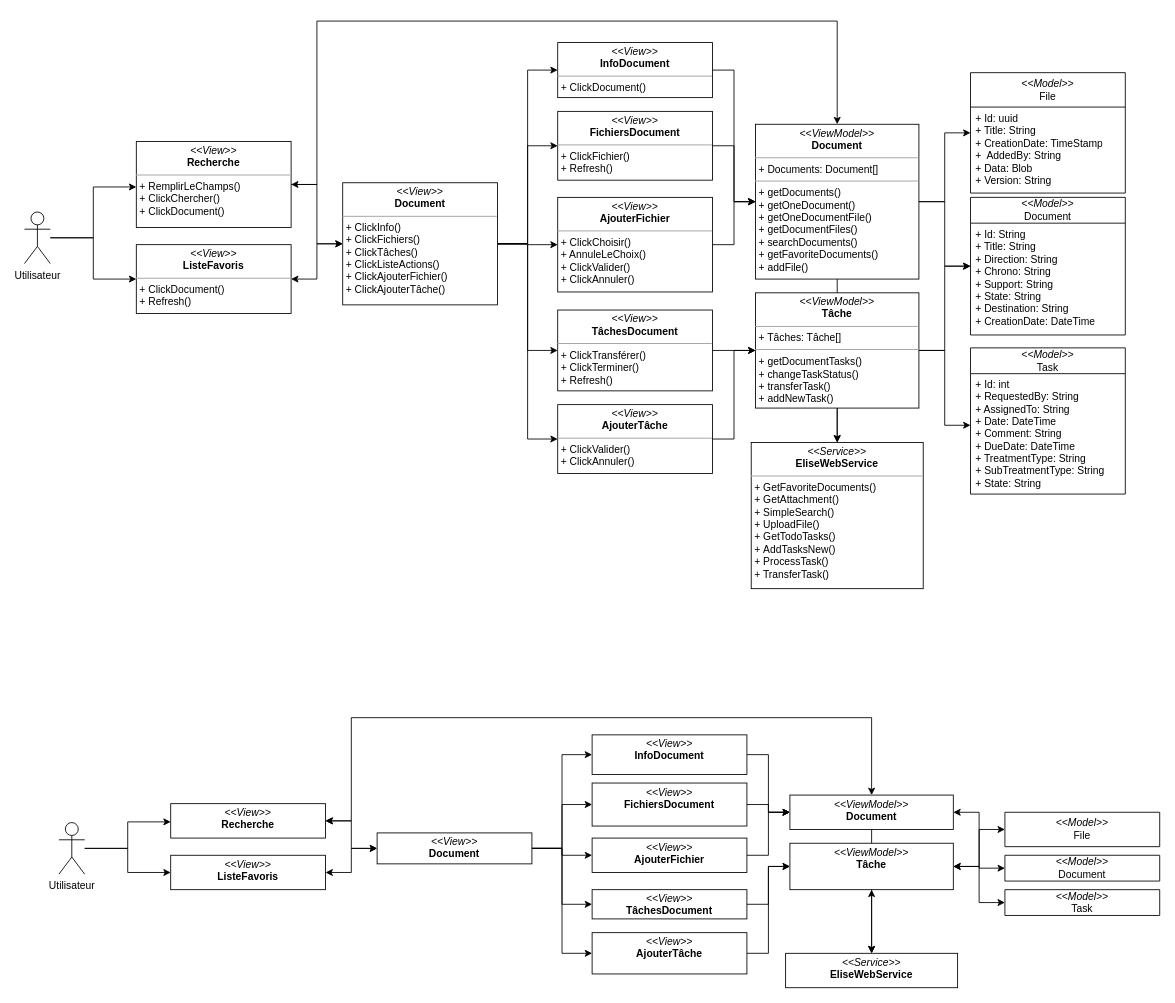
The draw.io diagram dcpSprint3.drawio in PFE-Neoledge-2023/rapport, before the edit. Source tidied: cells renumbered, new cells numbered last; positions are measured from the earlier drawing's top-left corner, leaving out a move shared by most shapes. Both pictures are drawn from the tidied source at 86%, with x=0, y=0 at pixel (24, 21).
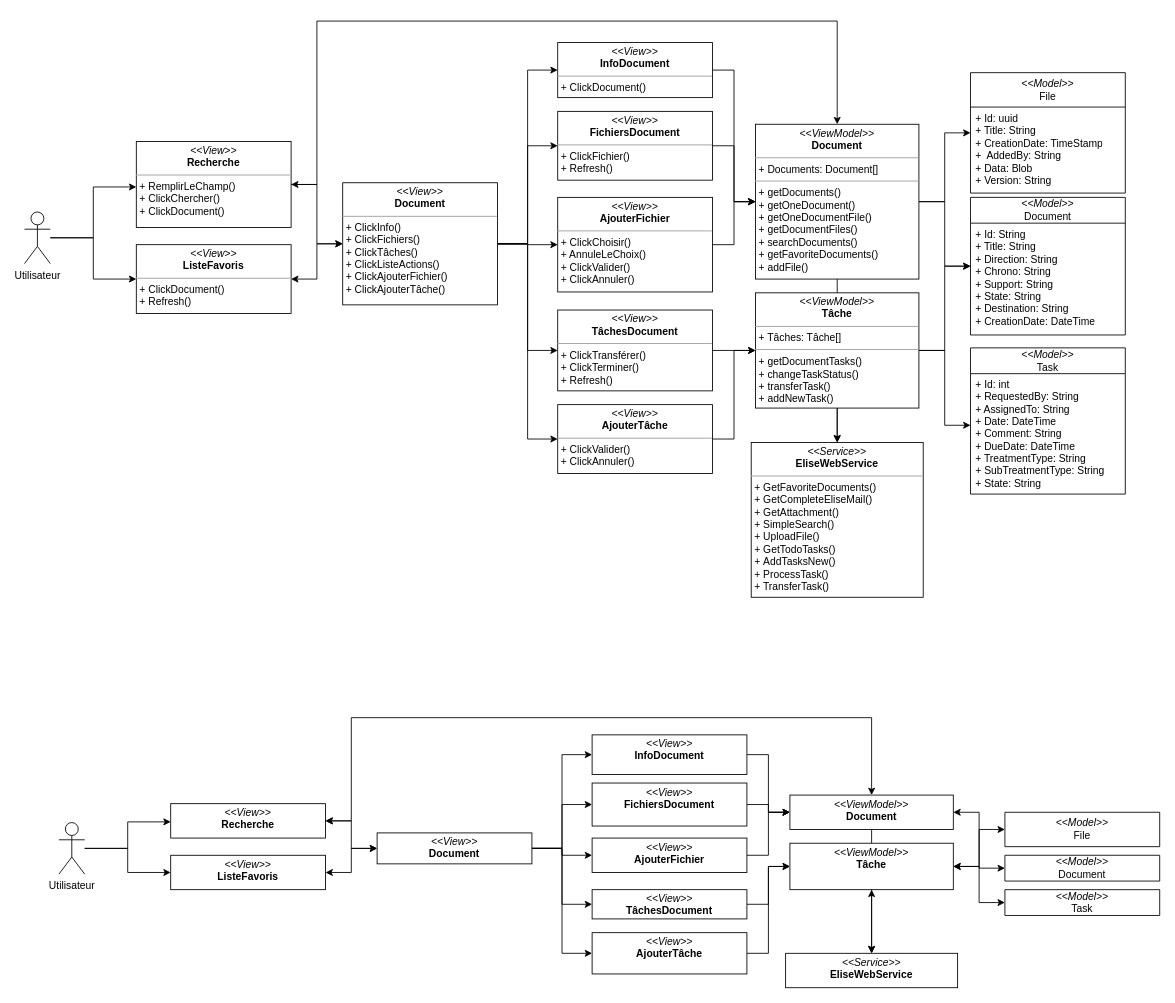
The same diagram, later.

The edit, as a diff of the source:
```diff
@@
-    <mxCell id="9" value="&lt;p style=&quot;margin:0px;margin-top:4px;text-align:center;&quot;&gt;&lt;i&gt;&amp;lt;&amp;lt;View&amp;gt;&amp;gt;&lt;/i&gt;&lt;br&gt;&lt;b&gt;Recherche&lt;/b&gt;&lt;/p&gt;&lt;hr style=&quot;border-color: var(--border-color);&quot; size=&quot;1&quot;&gt;&lt;p style=&quot;border-color: var(--border-color); margin: 0px 0px 0px 4px;&quot;&gt;+ RemplirLeChamps()&lt;/p&gt;&lt;p style=&quot;border-color: var(--border-color); margin: 0px 0px 0px 4px;&quot;&gt;+ ClickChercher()&lt;/p&gt;&lt;p style=&quot;border-color: var(--border-color); margin: 0px 0px 0px 4px;&quot;&gt;+ ClickDocument()&lt;/p&gt;" style="verticalAlign=top;align=left;overflow=fill;fontSize=12;fontFamily=Helvetica;html=1;whiteSpace=wrap;" parent="1" vertex="1">
+    <mxCell id="9" value="&lt;p style=&quot;margin:0px;margin-top:4px;text-align:center;&quot;&gt;&lt;i&gt;&amp;lt;&amp;lt;View&amp;gt;&amp;gt;&lt;/i&gt;&lt;br&gt;&lt;b&gt;Recherche&lt;/b&gt;&lt;/p&gt;&lt;hr style=&quot;border-color: var(--border-color);&quot; size=&quot;1&quot;&gt;&lt;p style=&quot;border-color: var(--border-color); margin: 0px 0px 0px 4px;&quot;&gt;+ RemplirLeChamp()&lt;/p&gt;&lt;p style=&quot;border-color: var(--border-color); margin: 0px 0px 0px 4px;&quot;&gt;+ ClickChercher()&lt;/p&gt;&lt;p style=&quot;border-color: var(--border-color); margin: 0px 0px 0px 4px;&quot;&gt;+ ClickDocument()&lt;/p&gt;" style="verticalAlign=top;align=left;overflow=fill;fontSize=12;fontFamily=Helvetica;html=1;whiteSpace=wrap;" parent="1" vertex="1">
       <mxGeometry x="130" y="140" width="180" height="100" as="geometry" />
     </mxCell>
@@
-    <mxCell id="40" value="&lt;p style=&quot;margin:0px;margin-top:4px;text-align:center;&quot;&gt;&lt;i&gt;&amp;lt;&amp;lt;Service&amp;gt;&amp;gt;&lt;/i&gt;&lt;br&gt;&lt;b&gt;EliseWebService&lt;/b&gt;&lt;/p&gt;&lt;hr size=&quot;1&quot;&gt;&lt;p style=&quot;margin:0px;margin-left:4px;&quot;&gt;&lt;/p&gt;&lt;p style=&quot;margin:0px;margin-left:4px;&quot;&gt;+ GetFavoriteDocuments()&lt;/p&gt;&lt;p style=&quot;margin:0px;margin-left:4px;&quot;&gt;+ GetAttachment()&lt;/p&gt;&lt;p style=&quot;margin:0px;margin-left:4px;&quot;&gt;+ SimpleSearch()&lt;/p&gt;&lt;p style=&quot;margin:0px;margin-left:4px;&quot;&gt;+ UploadFile()&lt;/p&gt;&lt;p style=&quot;margin:0px;margin-left:4px;&quot;&gt;+ GetTodoTasks()&lt;/p&gt;&lt;p style=&quot;margin:0px;margin-left:4px;&quot;&gt;+&amp;nbsp;AddTasksNew()&lt;/p&gt;&lt;p style=&quot;margin:0px;margin-left:4px;&quot;&gt;+ ProcessTask()&lt;/p&gt;&lt;p style=&quot;margin:0px;margin-left:4px;&quot;&gt;+ TransferTask()&lt;br&gt;&lt;/p&gt;" style="verticalAlign=top;align=left;overflow=fill;fontSize=12;fontFamily=Helvetica;html=1;whiteSpace=wrap;" parent="1" vertex="1">
-      <mxGeometry x="845" y="490" width="200" height="170" as="geometry" />
+    <mxCell id="40" value="&lt;p style=&quot;margin:0px;margin-top:4px;text-align:center;&quot;&gt;&lt;i&gt;&amp;lt;&amp;lt;Service&amp;gt;&amp;gt;&lt;/i&gt;&lt;br&gt;&lt;b&gt;EliseWebService&lt;/b&gt;&lt;/p&gt;&lt;hr size=&quot;1&quot;&gt;&lt;p style=&quot;margin:0px;margin-left:4px;&quot;&gt;&lt;/p&gt;&lt;p style=&quot;margin:0px;margin-left:4px;&quot;&gt;+ GetFavoriteDocuments()&lt;/p&gt;&lt;p style=&quot;margin:0px;margin-left:4px;&quot;&gt;+ GetCompleteEliseMail()&lt;/p&gt;&lt;p style=&quot;margin:0px;margin-left:4px;&quot;&gt;+ GetAttachment()&lt;/p&gt;&lt;p style=&quot;margin:0px;margin-left:4px;&quot;&gt;+ SimpleSearch()&lt;/p&gt;&lt;p style=&quot;margin:0px;margin-left:4px;&quot;&gt;+ UploadFile()&lt;/p&gt;&lt;p style=&quot;margin:0px;margin-left:4px;&quot;&gt;+ GetTodoTasks()&lt;/p&gt;&lt;p style=&quot;margin:0px;margin-left:4px;&quot;&gt;+&amp;nbsp;AddTasksNew()&lt;/p&gt;&lt;p style=&quot;margin:0px;margin-left:4px;&quot;&gt;+ ProcessTask()&lt;/p&gt;&lt;p style=&quot;margin:0px;margin-left:4px;&quot;&gt;+ TransferTask()&lt;/p&gt;" style="verticalAlign=top;align=left;overflow=fill;fontSize=12;fontFamily=Helvetica;html=1;whiteSpace=wrap;" parent="1" vertex="1">
+      <mxGeometry x="845" y="490" width="200" height="180" as="geometry" />
     </mxCell>
```
